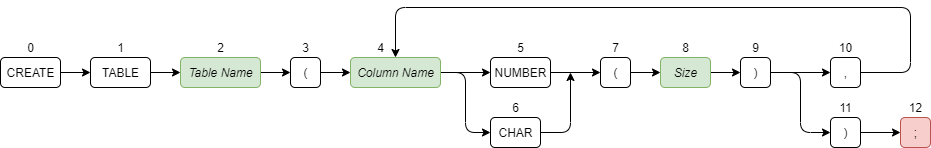
Earlier version of the draw.io export src/files/assets/helpscreen/CreateTableDiagram.png (DeliciousWaffle/MastersProject). Source tidied: cells renumbered, new cells last; positions are measured from the earlier drawing's top-left corner, leaving out a move shared by most shapes.
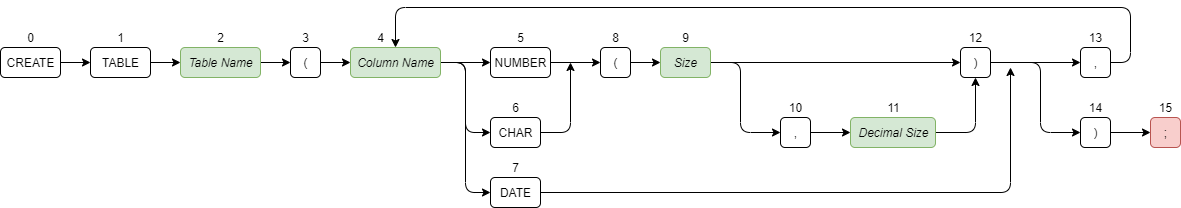
Later version of the same file.

The edit, as a diff of the source:
```diff
@@ -44,6 +44,9 @@
     <mxCell id="15" style="edgeStyle=orthogonalEdgeStyle;jettySize=auto;html=1;exitX=1;exitY=0.5;exitDx=0;exitDy=0;entryX=0;entryY=0.5;entryDx=0;entryDy=0;" parent="1" edge="1" source="16" target="22">
       <mxGeometry relative="1" as="geometry" />
     </mxCell>
+    <mxCell id="42" style="edgeStyle=orthogonalEdgeStyle;rounded=1;jettySize=auto;html=1;exitX=1;exitY=0.5;exitDx=0;exitDy=0;entryX=0;entryY=0.5;entryDx=0;entryDy=0;" parent="1" edge="1" source="16" target="51">
+      <mxGeometry relative="1" as="geometry" />
+    </mxCell>
     <mxCell id="16" value="&lt;i&gt;Column Name&lt;/i&gt;" style="html=1;fillColor=#d5e8d4;strokeColor=#82b366;rounded=1;" parent="1" vertex="1">
       <mxGeometry x="350" y="50" width="90" height="30" as="geometry" />
     </mxCell>
@@ -65,10 +68,10 @@
       </mxGeometry>
     </mxCell>
     <mxCell id="22" value="CHAR" style="html=1;rounded=1;" parent="1" vertex="1">
-      <mxGeometry x="490" y="110" width="50" height="30" as="geometry" />
+      <mxGeometry x="490" y="120" width="50" height="30" as="geometry" />
     </mxCell>
     <mxCell id="23" value="6" style="text;html=1;align=center;verticalAlign=middle;rounded=1;" parent="1" vertex="1">
-      <mxGeometry x="505" y="90" width="20" height="20" as="geometry" />
+      <mxGeometry x="505" y="100" width="20" height="20" as="geometry" />
     </mxCell>
     <mxCell id="24" style="edgeStyle=orthogonalEdgeStyle;jettySize=auto;html=1;exitX=1;exitY=0.5;exitDx=0;exitDy=0;entryX=0;entryY=0.5;entryDx=0;entryDy=0;" parent="1" edge="1" source="25" target="28">
       <mxGeometry relative="1" as="geometry" />
@@ -77,11 +80,19 @@
       <mxGeometry x="600" y="50" width="30" height="30" as="geometry" />
     </mxCell>
     <mxCell id="26" value="7" style="text;html=1;align=center;verticalAlign=middle;rounded=1;" parent="1" vertex="1">
-      <mxGeometry x="605" y="30" width="20" height="20" as="geometry" />
+      <mxGeometry x="505" y="160" width="20" height="20" as="geometry" />
     </mxCell>
     <mxCell id="27" style="edgeStyle=orthogonalEdgeStyle;jettySize=auto;html=1;exitX=1;exitY=0.5;exitDx=0;exitDy=0;entryX=0;entryY=0.5;entryDx=0;entryDy=0;" parent="1" edge="1" source="28" target="31">
       <mxGeometry relative="1" as="geometry" />
     </mxCell>
+    <mxCell id="43" style="edgeStyle=orthogonalEdgeStyle;rounded=1;jettySize=auto;html=1;exitX=1;exitY=0.5;exitDx=0;exitDy=0;entryX=0;entryY=0.5;entryDx=0;entryDy=0;" parent="1" edge="1" source="28" target="45">
+      <mxGeometry relative="1" as="geometry">
+        <Array as="points">
+          <mxPoint x="740" y="65" />
+          <mxPoint x="740" y="135" />
+        </Array>
+      </mxGeometry>
+    </mxCell>
     <mxCell id="28" value="&lt;i&gt;Size&lt;/i&gt;" style="html=1;fillColor=#d5e8d4;strokeColor=#82b366;rounded=1;" parent="1" vertex="1">
       <mxGeometry x="660" y="50" width="50" height="30" as="geometry" />
     </mxCell>
@@ -89,46 +100,84 @@
       <mxGeometry relative="1" as="geometry" />
     </mxCell>
     <mxCell id="30" style="edgeStyle=orthogonalEdgeStyle;jettySize=auto;html=1;exitX=1;exitY=0.5;exitDx=0;exitDy=0;entryX=0;entryY=0.5;entryDx=0;entryDy=0;" parent="1" edge="1" source="31" target="37">
-      <mxGeometry relative="1" as="geometry" />
+      <mxGeometry relative="1" as="geometry">
+        <Array as="points">
+          <mxPoint x="1040" y="65" />
+          <mxPoint x="1040" y="135" />
+        </Array>
+      </mxGeometry>
     </mxCell>
     <mxCell id="31" value=")" style="html=1;rounded=1;" parent="1" vertex="1">
-      <mxGeometry x="740" y="50" width="30" height="30" as="geometry" />
+      <mxGeometry x="960" y="50" width="30" height="30" as="geometry" />
     </mxCell>
     <mxCell id="32" value="9" style="text;html=1;align=center;verticalAlign=middle;rounded=1;" parent="1" vertex="1">
-      <mxGeometry x="745" y="30" width="20" height="20" as="geometry" />
+      <mxGeometry x="675" y="30" width="20" height="20" as="geometry" />
     </mxCell>
     <mxCell id="33" style="edgeStyle=orthogonalEdgeStyle;jettySize=auto;html=1;exitX=1;exitY=0.5;exitDx=0;exitDy=0;entryX=0.5;entryY=0;entryDx=0;entryDy=0;" parent="1" edge="1" source="34" target="16">
       <mxGeometry relative="1" as="geometry">
         <Array as="points">
-          <mxPoint x="910" y="65" />
-          <mxPoint x="910" />
-          <mxPoint x="395" />
+          <mxPoint x="1130" y="65" />
+          <mxPoint x="1130" y="10" />
+          <mxPoint x="395" y="10" />
         </Array>
       </mxGeometry>
     </mxCell>
     <mxCell id="34" value="," style="html=1;rounded=1;" parent="1" vertex="1">
-      <mxGeometry x="830" y="50" width="30" height="30" as="geometry" />
+      <mxGeometry x="1080" y="50" width="30" height="30" as="geometry" />
     </mxCell>
     <mxCell id="35" value="10" style="text;html=1;align=center;verticalAlign=middle;rounded=1;" parent="1" vertex="1">
-      <mxGeometry x="830" y="30" width="30" height="20" as="geometry" />
+      <mxGeometry x="780" y="100" width="30" height="20" as="geometry" />
     </mxCell>
     <mxCell id="36" style="edgeStyle=orthogonalEdgeStyle;jettySize=auto;html=1;exitX=1;exitY=0.5;exitDx=0;exitDy=0;entryX=0;entryY=0.5;entryDx=0;entryDy=0;" parent="1" edge="1" source="37" target="39">
       <mxGeometry relative="1" as="geometry" />
     </mxCell>
     <mxCell id="37" value=")" style="html=1;rounded=1;" parent="1" vertex="1">
-      <mxGeometry x="830" y="110" width="30" height="30" as="geometry" />
+      <mxGeometry x="1080" y="120" width="30" height="30" as="geometry" />
     </mxCell>
     <mxCell id="38" value="11" style="text;html=1;align=center;verticalAlign=middle;rounded=1;" parent="1" vertex="1">
-      <mxGeometry x="830" y="90" width="30" height="20" as="geometry" />
+      <mxGeometry x="877.5" y="100" width="30" height="20" as="geometry" />
     </mxCell>
     <mxCell id="39" value=";" style="html=1;fillColor=#f8cecc;strokeColor=#b85450;rounded=1;" parent="1" vertex="1">
-      <mxGeometry x="900" y="110" width="30" height="30" as="geometry" />
+      <mxGeometry x="1150" y="120" width="30" height="30" as="geometry" />
     </mxCell>
     <mxCell id="40" value="12" style="text;html=1;align=center;verticalAlign=middle;rounded=1;" parent="1" vertex="1">
-      <mxGeometry x="900" y="90" width="30" height="20" as="geometry" />
+      <mxGeometry x="960" y="30" width="30" height="20" as="geometry" />
     </mxCell>
     <mxCell id="41" value="8" style="text;html=1;align=center;verticalAlign=middle;rounded=1;" parent="1" vertex="1">
-      <mxGeometry x="675" y="30" width="20" height="20" as="geometry" />
+      <mxGeometry x="605" y="30" width="20" height="20" as="geometry" />
     </mxCell>
+    <mxCell id="44" style="edgeStyle=orthogonalEdgeStyle;rounded=1;jettySize=auto;html=1;exitX=1;exitY=0.5;exitDx=0;exitDy=0;entryX=0;entryY=0.5;entryDx=0;entryDy=0;" parent="1" edge="1" source="45" target="47">
+      <mxGeometry relative="1" as="geometry" />
+    </mxCell>
+    <mxCell id="45" value="," style="html=1;rounded=1;" parent="1" vertex="1">
+      <mxGeometry x="780" y="120" width="30" height="30" as="geometry" />
+    </mxCell>
+    <mxCell id="46" style="edgeStyle=orthogonalEdgeStyle;rounded=1;jettySize=auto;html=1;exitX=1;exitY=0.5;exitDx=0;exitDy=0;entryX=0.5;entryY=1;entryDx=0;entryDy=0;" parent="1" edge="1" source="47" target="31">
+      <mxGeometry relative="1" as="geometry" />
+    </mxCell>
+    <mxCell id="47" value="&lt;i&gt;Decimal Size&lt;/i&gt;" style="html=1;fillColor=#d5e8d4;strokeColor=#82b366;rounded=1;" parent="1" vertex="1">
+      <mxGeometry x="850" y="120" width="85" height="30" as="geometry" />
+    </mxCell>
+    <mxCell id="48" value="13" style="text;html=1;align=center;verticalAlign=middle;rounded=1;" parent="1" vertex="1">
+      <mxGeometry x="1080" y="30" width="30" height="20" as="geometry" />
+    </mxCell>
+    <mxCell id="49" value="14" style="text;html=1;align=center;verticalAlign=middle;rounded=1;" parent="1" vertex="1">
+      <mxGeometry x="1080" y="100" width="30" height="20" as="geometry" />
+    </mxCell>
+    <mxCell id="50" style="edgeStyle=orthogonalEdgeStyle;rounded=1;jettySize=auto;html=1;exitX=1;exitY=0.5;exitDx=0;exitDy=0;" parent="1" edge="1" source="51">
+      <mxGeometry relative="1" as="geometry">
+        <mxPoint x="1010" y="70" as="targetPoint" />
+        <Array as="points">
+          <mxPoint x="1010" y="195" />
+          <mxPoint x="1010" y="70" />
+        </Array>
+      </mxGeometry>
+    </mxCell>
+    <mxCell id="51" value="DATE" style="html=1;rounded=1;" parent="1" vertex="1">
+      <mxGeometry x="490" y="180" width="50" height="30" as="geometry" />
+    </mxCell>
+    <mxCell id="52" value="15" style="text;html=1;align=center;verticalAlign=middle;rounded=1;" parent="1" vertex="1">
+      <mxGeometry x="1150" y="100" width="30" height="20" as="geometry" />
+    </mxCell>
   </root>
 </mxGraphModel>
```
